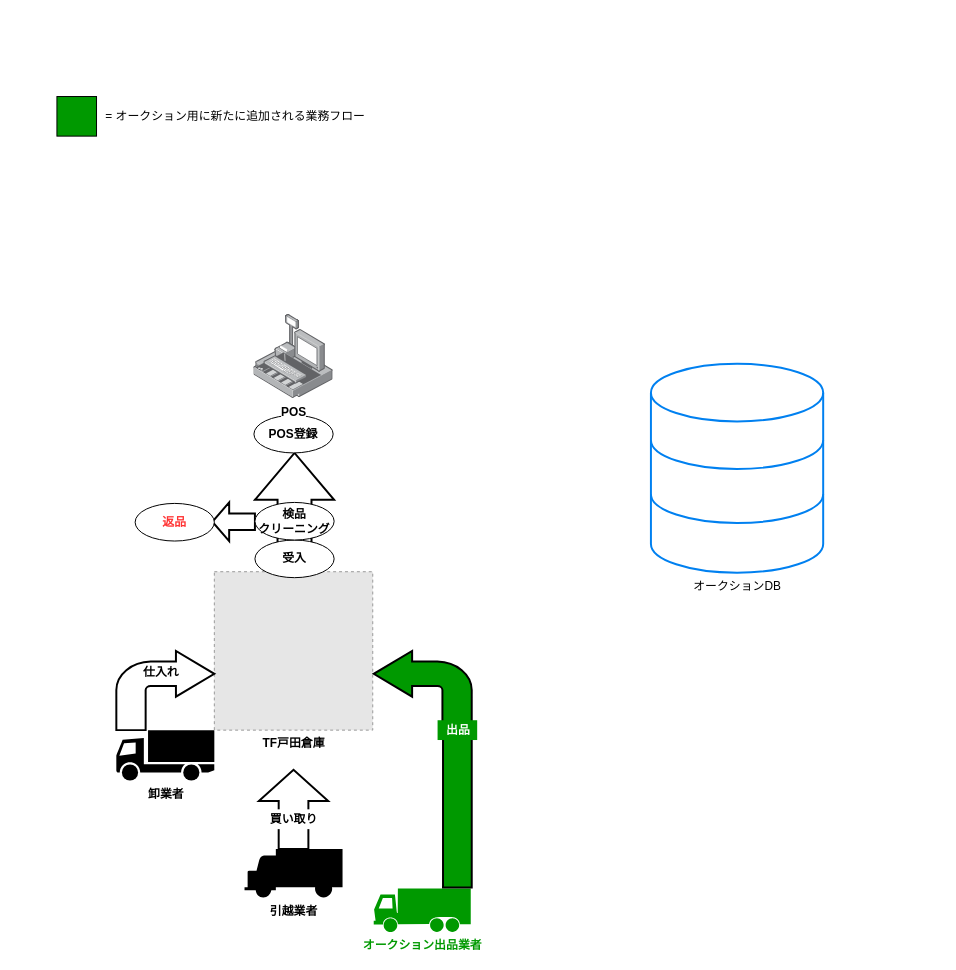
The draw.io diagram 出品.drawio in cy-shuhei-ohno/test, before the edit. Source tidied: cells renumbered, new cells numbered last; positions are measured from the earlier drawing's top-left corner, leaving out a move shared by most shapes. Both pictures are drawn from the tidied source at 99%, with x=0, y=0 at pixel (56, 96). Pictures stored in the file or linked from it are replaced by grey dashed boxes.
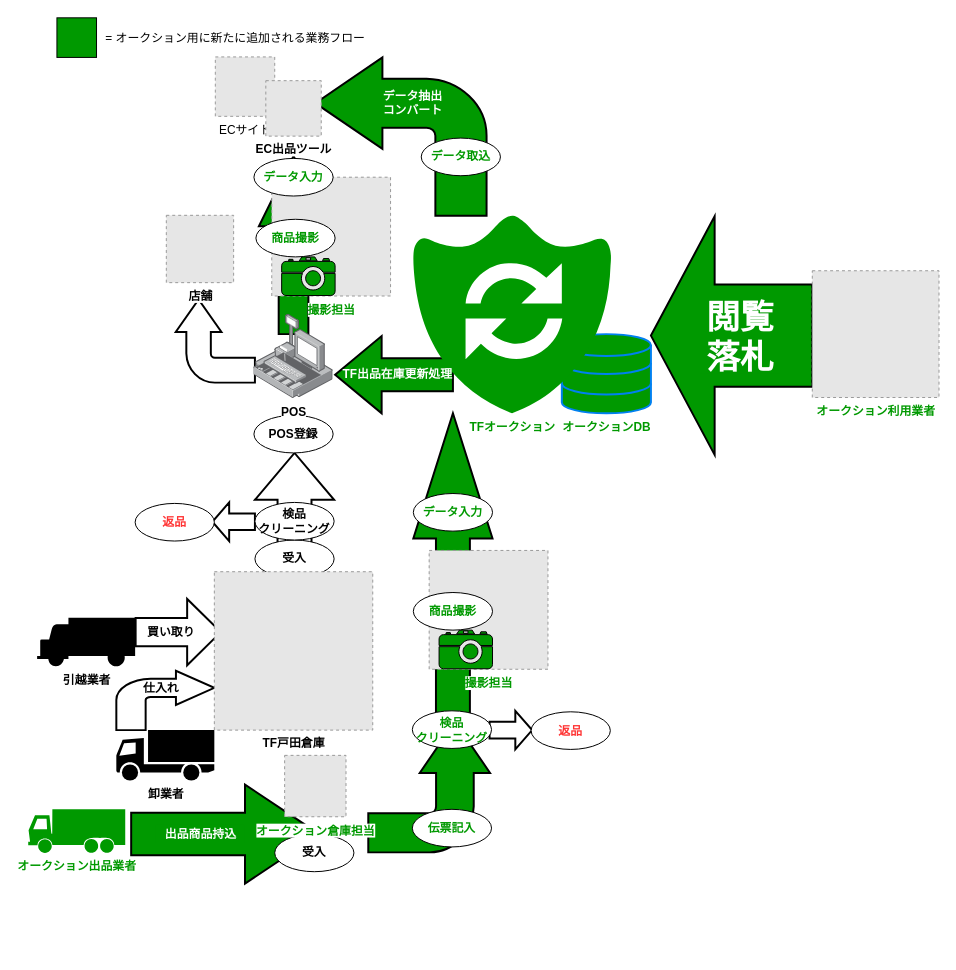
Above is the later version.

The edit, as a diff of the source:
```diff
@@
-    <mxCell id="2" value="オークションDB" style="html=1;verticalLabelPosition=bottom;align=center;labelBackgroundColor=#ffffff;verticalAlign=top;strokeWidth=2;strokeColor=#0080F0;fillColor=#ffffff;shadow=0;dashed=0;shape=mxgraph.ios7.icons.data;" parent="1" vertex="1">
-      <mxGeometry x="600" y="270" width="174" height="211" as="geometry" />
-    </mxCell>
+    <mxCell id="23" style="shape=mxgraph.arrows.arrow_up;html=1;verticalLabelPosition=bottom;verticalAlign=top;strokeWidth=2;strokeColor=#000000;fillColor=#009900;fontColor=#000000;align=center;" parent="1" vertex="1">
+      <mxGeometry x="204" y="60" width="70" height="180" as="geometry" />
+    </mxCell>
@@
     <mxCell id="4" value="引越業者" style="shape=mxgraph.signs.transportation.truck_2;html=1;fillColor=#000000;strokeColor=none;verticalLabelPosition=bottom;verticalAlign=top;align=center;fontStyle=1;" parent="1" vertex="1">
-      <mxGeometry x="189.5" y="760" width="99" height="49" as="geometry" />
+      <mxGeometry x="-20" y="526.5" width="99" height="49" as="geometry" />
     </mxCell>
     <mxCell id="5" value="オークション出品業者" style="shape=mxgraph.signs.transportation.truck_3;html=1;fillColor=#009900;strokeColor=none;verticalLabelPosition=bottom;verticalAlign=top;align=center;fontColor=#009900;fontStyle=1;" parent="1" vertex="1">
-      <mxGeometry x="320" y="800" width="98" height="44" as="geometry" />
+      <mxGeometry x="-29" y="720" width="98" height="44" as="geometry" />
     </mxCell>
-    <mxCell id="6" value="TF戸田倉庫" style="fillColor=#E6E6E6;strokeColor=#999999;dashed=1;html=1;verticalAlign=top;verticalLabelPosition=bottom;labelBackgroundColor=#ffffff;fontStyle=1;" parent="1" vertex="1">
-      <mxGeometry x="159" y="480" width="160" height="160" as="geometry" />
-    </mxCell>
     <mxCell id="7" style="shape=mxgraph.arrows.bent_right_arrow;html=1;verticalLabelPosition=bottom;verticalAlign=top;strokeWidth=2;strokeColor=#000000;" parent="1" vertex="1">
-      <mxGeometry x="60" y="560" width="99" height="80" as="geometry" />
+      <mxGeometry x="60" y="580" width="99" height="60" as="geometry" />
     </mxCell>
     <mxCell id="8" value="仕入れ" style="text;html=1;align=center;verticalAlign=top;spacingTop=-4;fontStyle=1;" parent="1" vertex="1">
-      <mxGeometry x="80" y="572" width="50" height="20" as="geometry" />
+      <mxGeometry x="80" y="588" width="50" height="20" as="geometry" />
     </mxCell>
-    <mxCell id="9" style="shape=mxgraph.arrows.arrow_up;html=1;verticalLabelPosition=bottom;verticalAlign=top;strokeWidth=2;strokeColor=#000000;" parent="1" vertex="1">
-      <mxGeometry x="204" y="680" width="70" height="80" as="geometry" />
+    <mxCell id="9" style="shape=mxgraph.arrows.arrow_up;html=1;verticalLabelPosition=bottom;verticalAlign=top;strokeWidth=2;strokeColor=#000000;rotation=90;" parent="1" vertex="1">
+      <mxGeometry x="89" y="498" width="67" height="86" as="geometry" />
     </mxCell>
     <mxCell id="10" value="買い取り" style="text;html=1;align=center;verticalAlign=top;spacingTop=-4;fillColor=#ffffff;fontStyle=1;" parent="1" vertex="1">
-      <mxGeometry x="209" y="720" width="60" height="20" as="geometry" />
+      <mxGeometry x="84.5" y="531" width="60" height="20" as="geometry" />
     </mxCell>
-    <mxCell id="11" style="shape=mxgraph.arrows.signal-in_arrow;html=1;verticalLabelPosition=bottom;verticalAlign=top;strokeWidth=2;strokeColor=#000000;rotation=-90;fillColor=#009900;" parent="1" vertex="1">
-      <mxGeometry x="308" y="688" width="193" height="29" as="geometry" />
-    </mxCell>
-    <mxCell id="12" style="shape=mxgraph.arrows.bent_right_arrow;html=1;verticalLabelPosition=bottom;verticalAlign=top;strokeWidth=2;strokeColor=#000000;flipH=1;fillColor=#009900;" parent="1" vertex="1">
-      <mxGeometry x="320" y="560" width="99" height="80" as="geometry" />
-    </mxCell>
-    <mxCell id="13" value="出品" style="text;html=1;align=center;verticalAlign=top;spacingTop=-4;fillColor=#009900;fontColor=#FFFFFF;fontStyle=1;" parent="1" vertex="1">
-      <mxGeometry x="384.5" y="630" width="40" height="20" as="geometry" />
-    </mxCell>
     <mxCell id="14" style="whiteSpace=wrap;html=1;fillColor=#009900;fontColor=#FFFFFF;align=center;" parent="1" vertex="1">
-      <mxGeometry width="40" height="40" as="geometry" />
+      <mxGeometry y="-79.5" width="40" height="40" as="geometry" />
     </mxCell>
     <mxCell id="15" value="= オークション用に新たに追加される業務フロー&lt;br&gt;&lt;br&gt;" style="text;html=1;align=center;verticalAlign=top;spacingTop=-4;fontColor=#000000;" parent="1" vertex="1">
-      <mxGeometry x="40" y="10" width="280" height="30" as="geometry" />
+      <mxGeometry x="40" y="-69.5" width="280" height="30" as="geometry" />
     </mxCell>
@@
+    <mxCell id="22" value="検品&lt;br&gt;クリーニング" style="ellipse;whiteSpace=wrap;html=1;fillColor=#FFFFFF;fontColor=#000000;align=center;fontStyle=1;" parent="1" vertex="1">
+      <mxGeometry x="200" y="410" width="80" height="38" as="geometry" />
+    </mxCell>
+    <mxCell id="24" value="ECサイト" style="fillColor=#E6E6E6;strokeColor=#999999;dashed=1;html=1;verticalAlign=top;verticalLabelPosition=bottom;labelBackgroundColor=#ffffff;fontColor=#000000;align=center;" parent="1" vertex="1">
+      <mxGeometry x="160" y="-40" width="60" height="60" as="geometry" />
+    </mxCell>
+    <mxCell id="25" style="shape=mxgraph.arrows.bent_right_arrow;html=1;verticalLabelPosition=bottom;verticalAlign=top;strokeWidth=2;strokeColor=#000000;fillColor=#FFFFFF;fontColor=#000000;align=center;rotation=-90;" parent="1" vertex="1">
+      <mxGeometry x="118" y="207" width="84" height="80" as="geometry" />
+    </mxCell>
@@
-    <mxCell id="22" value="検品&lt;br&gt;クリーニング" style="ellipse;whiteSpace=wrap;html=1;fillColor=#FFFFFF;fontColor=#000000;align=center;fontStyle=1;" parent="1" vertex="1">
-      <mxGeometry x="200" y="410" width="80" height="38" as="geometry" />
-    </mxCell>
+    <mxCell id="26" value="店舗" style="fillColor=#E6E6E6;strokeColor=#999999;dashed=1;html=1;verticalAlign=top;verticalLabelPosition=bottom;labelBackgroundColor=#ffffff;fontColor=#000000;align=center;fontStyle=1;" parent="1" vertex="1">
+      <mxGeometry x="110.5" y="120" width="68" height="68" as="geometry" />
+    </mxCell>
+    <mxCell id="27" style="group;" parent="1" vertex="1">
+      <mxGeometry x="217" y="81.5" width="120" height="120" as="geometry" />
+    </mxCell>
+    <mxCell id="28" value="撮影担当" style="fillColor=#E6E6E6;strokeColor=#999999;dashed=1;html=1;verticalAlign=top;verticalLabelPosition=bottom;labelBackgroundColor=#ffffff;fontColor=#009900;align=center;fontStyle=1;" parent="27" vertex="1">
+      <mxGeometry width="120" height="120" as="geometry" />
+    </mxCell>
+    <mxCell id="29" style="shape=mxgraph.signs.tech.camera_2;html=1;fillColor=#009900;strokeColor=#000000;verticalLabelPosition=bottom;verticalAlign=top;align=center;fontColor=#000000;gradientColor=none;" parent="27" vertex="1">
+      <mxGeometry x="10" y="80.5" width="54" height="39" as="geometry" />
+    </mxCell>
+    <mxCell id="30" value="商品撮影" style="ellipse;whiteSpace=wrap;html=1;fillColor=#FFFFFF;fontColor=#009900;align=center;fontStyle=1;" parent="27" vertex="1">
+      <mxGeometry x="-16" y="42.5" width="80" height="38" as="geometry" />
+    </mxCell>
+    <mxCell id="31" value="データ入力" style="ellipse;whiteSpace=wrap;html=1;fillColor=#FFFFFF;fontColor=#009900;align=center;fontStyle=1;" parent="27" vertex="1">
+      <mxGeometry x="-18" y="-19" width="80" height="38" as="geometry" />
+    </mxCell>
+    <mxCell id="32" style="shape=mxgraph.arrows.arrow_up;html=1;verticalLabelPosition=bottom;verticalAlign=top;strokeWidth=2;strokeColor=#000000;fillColor=#009900;gradientColor=none;fontColor=#009900;align=center;rotation=90;" parent="1" vertex="1">
+      <mxGeometry x="120" y="650" width="100" height="190" as="geometry" />
+    </mxCell>
+    <mxCell id="13" value="出品商品持込" style="text;html=1;align=center;verticalAlign=top;spacingTop=-4;fillColor=#009900;fontColor=#FFFFFF;fontStyle=1;" parent="1" vertex="1">
+      <mxGeometry x="99.5" y="735" width="90" height="20" as="geometry" />
+    </mxCell>
+    <mxCell id="33" style="shape=mxgraph.arrows.arrow_up;html=1;verticalLabelPosition=bottom;verticalAlign=top;strokeWidth=2;strokeColor=#000000;fillColor=#009900;gradientColor=none;fontColor=#009900;align=center;" parent="1" vertex="1">
+      <mxGeometry x="360" y="320" width="80" height="320" as="geometry" />
+    </mxCell>
+    <mxCell id="34" value="受入" style="ellipse;whiteSpace=wrap;html=1;fillColor=#FFFFFF;fontColor=#000000;align=center;fontStyle=1;" parent="1" vertex="1">
+      <mxGeometry x="220" y="745" width="80" height="38" as="geometry" />
+    </mxCell>
+    <mxCell id="6" value="TF戸田倉庫" style="fillColor=#E6E6E6;strokeColor=#999999;dashed=1;html=1;verticalAlign=top;verticalLabelPosition=bottom;labelBackgroundColor=#ffffff;fontStyle=1;" parent="1" vertex="1">
+      <mxGeometry x="159" y="480" width="160" height="160" as="geometry" />
+    </mxCell>
+    <mxCell id="35" style="shape=mxgraph.arrows.bent_left_arrow;html=1;verticalLabelPosition=bottom;verticalAlign=top;strokeWidth=2;strokeColor=#000000;fillColor=#009900;gradientColor=none;fontColor=#009900;align=center;rotation=90;" parent="1" vertex="1">
+      <mxGeometry x="310" y="636" width="132" height="123" as="geometry" />
+    </mxCell>
+    <mxCell id="36" value="オークション倉庫担当" style="fillColor=#E6E6E6;strokeColor=#999999;dashed=1;html=1;verticalAlign=top;verticalLabelPosition=bottom;labelBackgroundColor=#ffffff;fontColor=#009900;align=center;fontStyle=1;" parent="1" vertex="1">
+      <mxGeometry x="230" y="665.5" width="62" height="62" as="geometry" />
+    </mxCell>
+    <mxCell id="37" style="shape=mxgraph.arrows.bent_left_arrow;html=1;verticalLabelPosition=bottom;verticalAlign=top;strokeWidth=2;strokeColor=#000000;fillColor=#009900;gradientColor=none;fontColor=#009900;align=center;" parent="1" vertex="1">
+      <mxGeometry x="261" y="-39.5" width="173" height="160" as="geometry" />
+    </mxCell>
+    <mxCell id="38" value="EC出品ツール" style="fillColor=#E6E6E6;strokeColor=#999999;dashed=1;html=1;verticalAlign=top;verticalLabelPosition=bottom;labelBackgroundColor=#ffffff;fontColor=#000000;align=center;fontStyle=1;" parent="1" vertex="1">
+      <mxGeometry x="211" y="-16" width="56" height="56" as="geometry" />
+    </mxCell>
+    <mxCell id="39" value="データ抽出&lt;br&gt;コンバート&lt;br&gt;&lt;br&gt;" style="text;html=1;align=center;verticalAlign=top;spacingTop=-4;fontColor=#FFFFFF;fillColor=#009900;fontStyle=1;" parent="1" vertex="1">
+      <mxGeometry x="319" y="-10" width="80" height="40" as="geometry" />
+    </mxCell>
+    <mxCell id="40" value="データ取込" style="ellipse;whiteSpace=wrap;html=1;fillColor=#FFFFFF;fontColor=#009900;align=center;fontStyle=1;" parent="1" vertex="1">
+      <mxGeometry x="368" y="42" width="80" height="38" as="geometry" />
+    </mxCell>
+    <mxCell id="41" value="伝票記入" style="ellipse;whiteSpace=wrap;html=1;fillColor=#FFFFFF;fontColor=#009900;align=center;fontStyle=1;" parent="1" vertex="1">
+      <mxGeometry x="359" y="720" width="80" height="38" as="geometry" />
+    </mxCell>
+    <mxCell id="42" style="shape=mxgraph.arrows.arrow_right;html=1;verticalLabelPosition=bottom;verticalAlign=top;strokeWidth=2;strokeColor=#000000;fillColor=#FFFFFF;fontColor=#000000;align=center;rotation=0;" parent="1" vertex="1">
+      <mxGeometry x="437" y="620.5" width="43" height="39" as="geometry" />
+    </mxCell>
+    <mxCell id="43" value="返品" style="ellipse;whiteSpace=wrap;html=1;fillColor=#FFFFFF;fontColor=#FF3333;align=center;fontStyle=1;" parent="1" vertex="1">
+      <mxGeometry x="479" y="621.5" width="80" height="38" as="geometry" />
+    </mxCell>
+    <mxCell id="44" value="検品&lt;br&gt;クリーニング" style="ellipse;whiteSpace=wrap;html=1;fillColor=#FFFFFF;fontColor=#009900;align=center;fontStyle=1;" parent="1" vertex="1">
+      <mxGeometry x="359" y="620.5" width="80" height="38" as="geometry" />
+    </mxCell>
+    <mxCell id="45" value="データ入力" style="ellipse;whiteSpace=wrap;html=1;fillColor=#FFFFFF;fontColor=#009900;align=center;fontStyle=1;" parent="1" vertex="1">
+      <mxGeometry x="360" y="401" width="80" height="38" as="geometry" />
+    </mxCell>
+    <mxCell id="46" style="group;" parent="1" vertex="1">
+      <mxGeometry x="376" y="458.5" width="120" height="120" as="geometry" />
+    </mxCell>
+    <mxCell id="47" value="撮影担当" style="fillColor=#E6E6E6;strokeColor=#999999;dashed=1;html=1;verticalAlign=top;verticalLabelPosition=bottom;labelBackgroundColor=#ffffff;fontColor=#009900;align=center;fontStyle=1;" parent="46" vertex="1">
+      <mxGeometry width="120" height="120" as="geometry" />
+    </mxCell>
+    <mxCell id="48" style="shape=mxgraph.signs.tech.camera_2;html=1;fillColor=#009900;strokeColor=#000000;verticalLabelPosition=bottom;verticalAlign=top;align=center;fontColor=#000000;gradientColor=none;" parent="46" vertex="1">
+      <mxGeometry x="10" y="80.5" width="54" height="39" as="geometry" />
+    </mxCell>
+    <mxCell id="49" value="商品撮影" style="ellipse;whiteSpace=wrap;html=1;fillColor=#FFFFFF;fontColor=#009900;align=center;fontStyle=1;" parent="46" vertex="1">
+      <mxGeometry x="-16" y="42.5" width="80" height="38" as="geometry" />
+    </mxCell>
+    <mxCell id="2" value="オークションDB" style="html=1;verticalLabelPosition=bottom;align=center;labelBackgroundColor=#ffffff;verticalAlign=top;strokeWidth=2;strokeColor=#0080F0;fillColor=#009900;shadow=0;dashed=0;shape=mxgraph.ios7.icons.data;fontStyle=1;fontColor=#009900;" parent="1" vertex="1">
+      <mxGeometry x="510" y="240" width="90" height="80" as="geometry" />
+    </mxCell>
+    <mxCell id="50" style="shape=mxgraph.arrows.arrow_right;html=1;verticalLabelPosition=bottom;verticalAlign=top;strokeWidth=2;strokeColor=#000000;fillColor=#009900;gradientColor=none;fontColor=#009900;align=center;rotation=-180;" parent="1" vertex="1">
+      <mxGeometry x="600" y="121" width="163" height="241" as="geometry" />
+    </mxCell>
+    <mxCell id="51" value="閲覧&lt;br&gt;落札" style="text;html=1;align=center;verticalAlign=top;spacingTop=-4;fontColor=#FFFFFF;fillColor=#009900;fontStyle=1;fontSize=34;" parent="1" vertex="1">
+      <mxGeometry x="650" y="200" width="80" height="80" as="geometry" />
+    </mxCell>
+    <mxCell id="52" value="オークション利用業者" style="fillColor=#E6E6E6;strokeColor=#999999;dashed=1;html=1;verticalAlign=top;verticalLabelPosition=bottom;labelBackgroundColor=#ffffff;fontSize=12;fontColor=#009900;align=center;fontStyle=1;" parent="1" vertex="1">
+      <mxGeometry x="763" y="176" width="128" height="128" as="geometry" />
+    </mxCell>
+    <mxCell id="53" style="shape=mxgraph.arrows.arrow_left;html=1;verticalLabelPosition=bottom;verticalAlign=top;strokeWidth=2;strokeColor=#000000;fillColor=#009900;gradientColor=none;fontSize=12;fontColor=#009900;align=center;" parent="1" vertex="1">
+      <mxGeometry x="281" y="242" width="119" height="78" as="geometry" />
+    </mxCell>
+    <mxCell id="54" value="TFオークション" style="shadow=0;dashed=0;html=1;strokeColor=none;labelPosition=center;verticalLabelPosition=bottom;verticalAlign=top;align=center;shape=mxgraph.mscae.oms.system_update;fillColor=#009900;fontColor=#009900;fontStyle=1;" parent="1" vertex="1">
+      <mxGeometry x="359" y="120" width="201" height="200" as="geometry" />
+    </mxCell>
+    <mxCell id="55" value="TF出品在庫更新処理" style="text;html=1;align=left;verticalAlign=top;spacingTop=-4;fontSize=12;fontColor=#FFFFFF;fontStyle=1;" parent="1" vertex="1">
+      <mxGeometry x="287" y="271" width="130" height="20" as="geometry" />
+    </mxCell>
```
